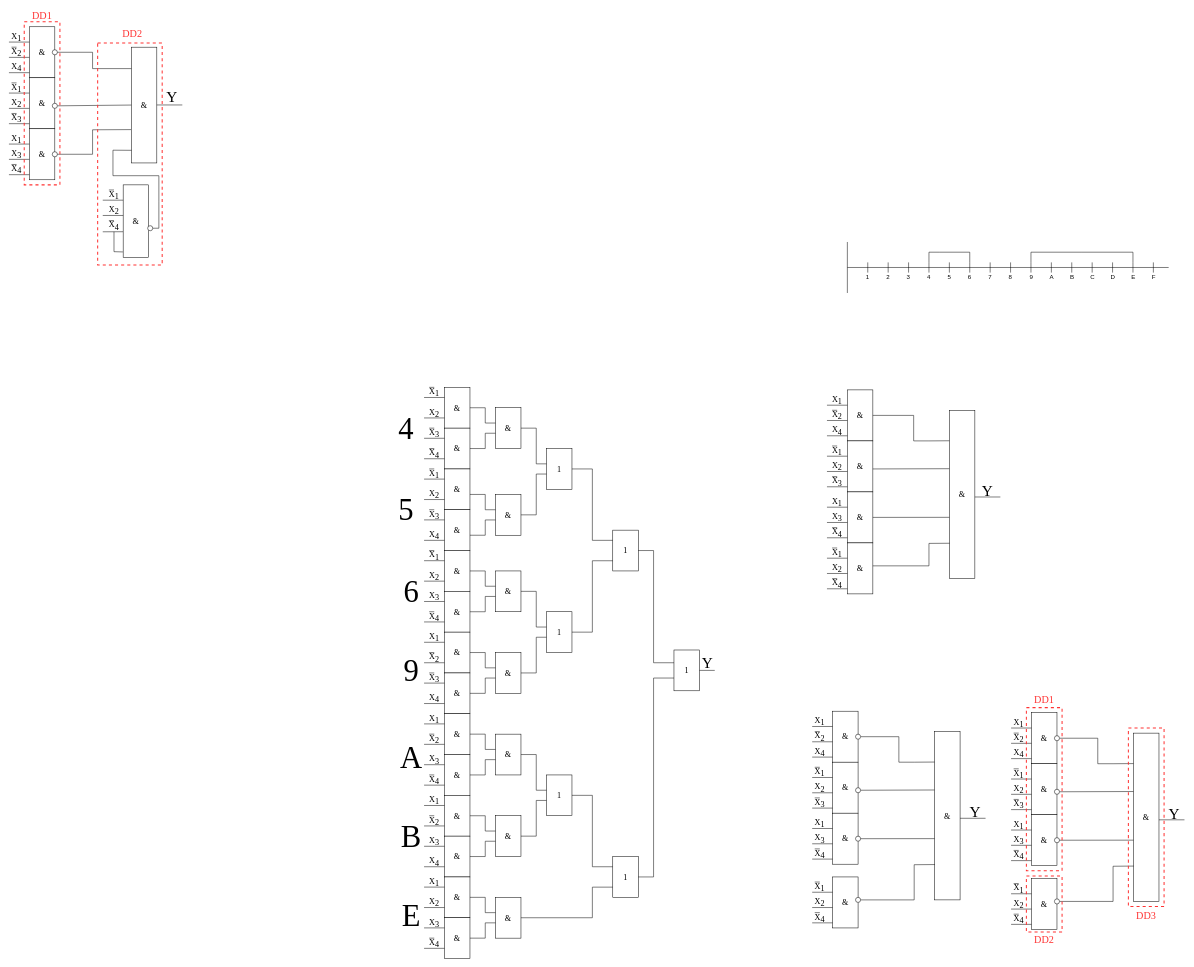
Hlebnica/arch_evm keeps this draw.io diagram as lab1_arc_evm.drawio. Above is the earlier version. Source tidied: cells renumbered, new cells numbered last; positions are measured from the earlier drawing's top-left corner, leaving out a move shared by most shapes. Both pictures are drawn from the tidied source at 51%, with x=0, y=0 at pixel (9, 9).
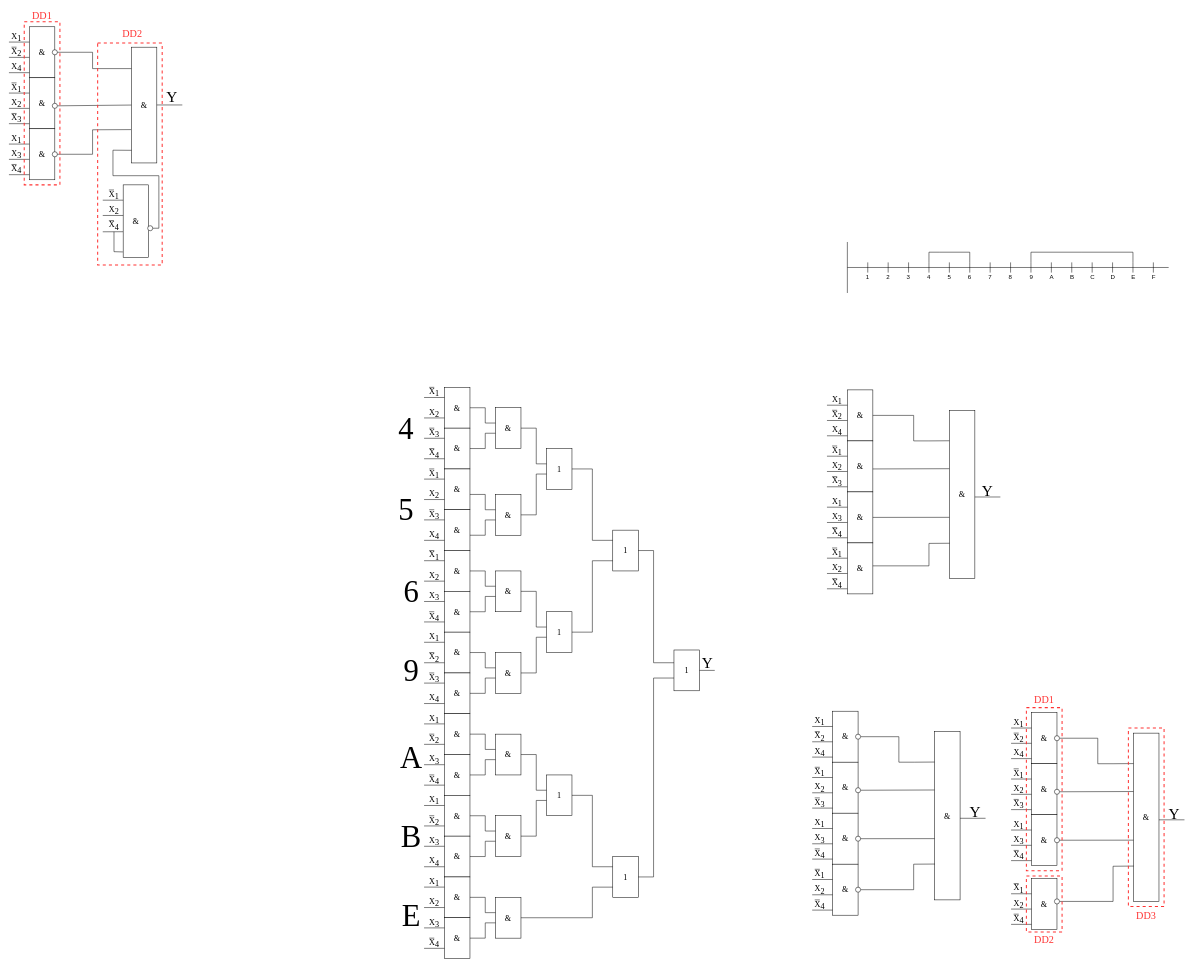
After the change.

Unchanged cells that the change refers to:
```xml
<mxCell id="259" value="&amp;amp;" style="rounded=0;whiteSpace=wrap;html=1;fontFamily=Times New Roman;fontSize=16;" parent="1" vertex="1">
  <mxGeometry x="1815" y="1417" width="50" height="330" as="geometry" />
</mxCell>
```

Change to the diagram source:
```diff
@@
     <mxCell id="237" value="&amp;amp;" style="rounded=0;whiteSpace=wrap;html=1;fontFamily=Times New Roman;fontSize=16;" parent="1" vertex="1">
-      <mxGeometry x="1615" y="1702" width="50" height="100" as="geometry" />
+      <mxGeometry x="1615" y="1677" width="50" height="100" as="geometry" />
     </mxCell>
     <mxCell id="238" style="endArrow=none;html=1;rounded=0;" parent="1" edge="1">
       <mxGeometry relative="1" as="geometry">
-        <mxPoint x="1575" y="1732" as="sourcePoint" />
-        <mxPoint x="1615" y="1732" as="targetPoint" />
+        <mxPoint x="1575" y="1707" as="sourcePoint" />
+        <mxPoint x="1615" y="1707" as="targetPoint" />
       </mxGeometry>
     </mxCell>
     <mxCell id="239" style="endArrow=none;html=1;rounded=0;" parent="1" edge="1">
       <mxGeometry relative="1" as="geometry">
-        <mxPoint x="1575" y="1792" as="sourcePoint" />
-        <mxPoint x="1615" y="1792" as="targetPoint" />
+        <mxPoint x="1575" y="1767" as="sourcePoint" />
+        <mxPoint x="1615" y="1767" as="targetPoint" />
       </mxGeometry>
     </mxCell>
     <mxCell id="240" style="endArrow=none;html=1;rounded=0;" parent="1" edge="1">
       <mxGeometry relative="1" as="geometry">
-        <mxPoint x="1575" y="1762" as="sourcePoint" />
-        <mxPoint x="1615" y="1762" as="targetPoint" />
+        <mxPoint x="1575" y="1737" as="sourcePoint" />
+        <mxPoint x="1615" y="1737" as="targetPoint" />
       </mxGeometry>
     </mxCell>
@@
     <mxCell id="254" value="&lt;font style=&quot;font-size: 16px;&quot;&gt;X&lt;sub style=&quot;font-size: 16px;&quot;&gt;1&lt;/sub&gt;&lt;/font&gt;" style="text;html=1;strokeColor=none;fillColor=none;align=center;verticalAlign=middle;whiteSpace=wrap;rounded=0;fontFamily=Times New Roman;fontSize=16;" parent="1" vertex="1">
-      <mxGeometry x="1580" y="1712" width="20" height="20" as="geometry" />
+      <mxGeometry x="1580" y="1687" width="20" height="20" as="geometry" />
     </mxCell>
@@
     <mxCell id="256" value="&lt;font style=&quot;font-size: 16px;&quot;&gt;X&lt;sub style=&quot;font-size: 16px;&quot;&gt;2&lt;/sub&gt;&lt;/font&gt;" style="text;html=1;strokeColor=none;fillColor=none;align=center;verticalAlign=middle;whiteSpace=wrap;rounded=0;fontFamily=Times New Roman;fontSize=16;" parent="1" vertex="1">
-      <mxGeometry x="1580" y="1742" width="20" height="20" as="geometry" />
+      <mxGeometry x="1580" y="1717" width="20" height="20" as="geometry" />
     </mxCell>
     <mxCell id="257" value="&lt;font style=&quot;font-size: 16px;&quot;&gt;X&lt;sub style=&quot;font-size: 16px;&quot;&gt;4&lt;/sub&gt;&lt;/font&gt;" style="text;html=1;strokeColor=none;fillColor=none;align=center;verticalAlign=middle;whiteSpace=wrap;rounded=0;fontFamily=Times New Roman;fontSize=16;" parent="1" vertex="1">
-      <mxGeometry x="1580" y="1772" width="20" height="20" as="geometry" />
+      <mxGeometry x="1580" y="1747" width="20" height="20" as="geometry" />
     </mxCell>
@@
-    <mxCell id="263" style="endArrow=none;html=1;rounded=0;entryX=0.01;entryY=0.79;entryDx=0;entryDy=0;entryPerimeter=0;exitX=1;exitY=0.5;exitDx=0;exitDy=0;" parent="1" edge="1" source="269" target="259">
+    <mxCell id="263" style="endArrow=none;html=1;rounded=0;exitX=1;exitY=0.5;exitDx=0;exitDy=0;entryX=0.01;entryY=0.787;entryDx=0;entryDy=0;entryPerimeter=0;" parent="1" edge="1" source="269" target="259">
       <mxGeometry relative="1" as="geometry">
         <Array as="points">
-          <mxPoint x="1775" y="1747" />
-          <mxPoint x="1775" y="1678" />
+          <mxPoint x="1774" y="1727" />
+          <mxPoint x="1774" y="1677" />
         </Array>
       </mxGeometry>
     </mxCell>
@@
     <mxCell id="269" style="ellipse;whiteSpace=wrap;html=1;strokeColor=#000000;strokeWidth=1;fontFamily=Times New Roman;fontSize=20;fontColor=#000000;fillColor=default;" parent="1" vertex="1">
-      <mxGeometry x="1660" y="1742" width="10" height="10" as="geometry" />
+      <mxGeometry x="1660" y="1722" width="10" height="10" as="geometry" />
     </mxCell>
```
